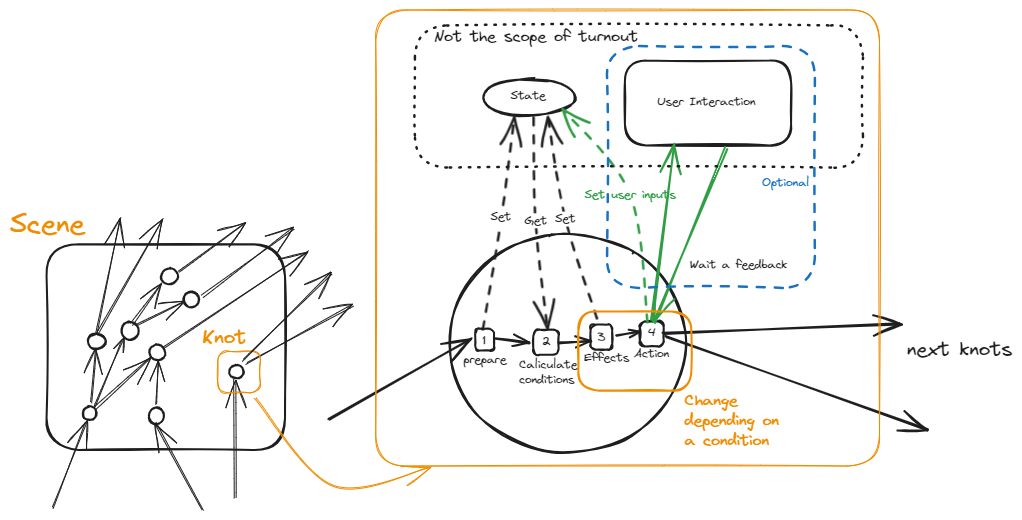
The Excalidraw diagram src/ARCHITECTURE/knot.excalidraw.png in kozmof/turnout, before a commit. Source tidied: one line per element, renumbered; positions are measured from the earlier drawing's top-left corner, leaving out a move shared by most shapes.
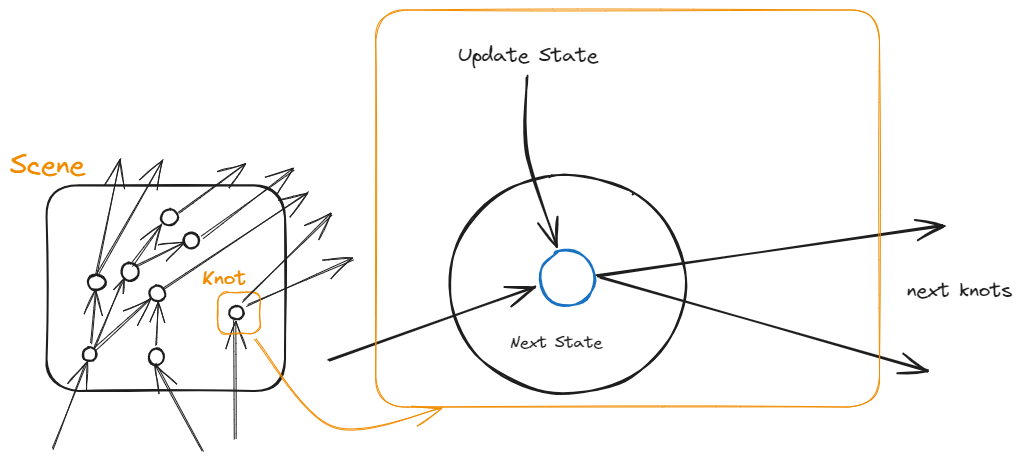
After the change.

What changed in the source:
```diff
@@ -22,50 +22,18 @@
 {"id": 21, "type": "arrow", "strokeColor": "#1e1e1e", "strokeWidth": 1, "roughness": 1, "endArrowhead": "arrow", "round": true, "from": 19, "to": 9, "x": 146, "y": 395, "width": 2, "height": 44, "points": [[0, 0], [2, -44]]}
 {"id": 22, "type": "ellipse", "strokeColor": "#1e1e1e", "strokeWidth": 2, "roughness": 1, "round": true, "x": 219, "y": 355, "width": 15, "height": 13}
 {"id": 23, "type": "arrow", "strokeColor": "#1e1e1e", "strokeWidth": 1, "roughness": 1, "endArrowhead": "arrow", "round": true, "to": 22, "x": 225, "y": 488, "width": 0, "height": 118, "points": [[0, 0], [0, -118]]}
-{"id": 24, "type": "arrow", "strokeColor": "#1e1e1e", "strokeWidth": 1, "roughness": 1, "endArrowhead": "arrow", "round": true, "from": 22, "to": 64, "x": 237, "y": 354, "width": 107, "height": 58, "points": [[0, 0], [107, -58]]}
+{"id": 24, "type": "arrow", "strokeColor": "#1e1e1e", "strokeWidth": 1, "roughness": 1, "endArrowhead": "arrow", "round": true, "from": 22, "to": 64, "x": 238, "y": 355, "width": 106, "height": 46, "points": [[0, 0], [106, -46]]}
 {"id": 25, "type": "ellipse", "strokeColor": "#1e1e1e", "strokeWidth": 2, "roughness": 1, "round": true, "x": 439, "y": 224, "width": 237, "height": 219}
-{"id": 26, "type": "arrow", "strokeColor": "#1e1e1e", "strokeWidth": 2, "roughness": 1, "endArrowhead": "arrow", "round": true, "to": 40, "x": 319, "y": 409, "width": 142, "height": 80, "points": [[0, 0], [142, -80]]}
+{"id": 26, "type": "arrow", "strokeColor": "#1e1e1e", "strokeWidth": 2, "roughness": 1, "endArrowhead": "arrow", "round": true, "to": 73, "x": 319, "y": 409, "width": 206, "height": 73, "points": [[0, 0], [206, -73]]}
-{"id": 27, "type": "rectangle", "strokeColor": "#1e1e1e", "strokeWidth": 2, "roughness": 1, "round": true, "x": 465, "y": 319, "width": 19, "height": 22}
-{"id": 28, "type": "ellipse", "strokeColor": "#1e1e1e", "strokeWidth": 2, "roughness": 1, "round": true, "x": 472, "y": 69, "width": 92, "height": 37}
-{"id": 29, "type": "text", "text": "State", "strokeColor": "#1e1e1e", "strokeWidth": 2, "roughness": 1, "fontSize": 11.92, "fontFamily": 1, "x": 500, "y": 79, "width": 35, "height": 15}
-{"id": 30, "type": "arrow", "strokeColor": "#1e1e1e", "strokeWidth": 2, "strokeStyle": "dashed", "roughness": 1, "endArrowhead": "arrow", "round": true, "from": 40, "to": 29, "x": 472, "y": 318, "width": 31, "height": 211, "points": [[0, 0], [18, -110], [31, -211]]}
-{"id": 31, "type": "text", "text": "Set", "strokeColor": "#1e1e1e", "strokeWidth": 2, "strokeStyle": "dashed", "roughness": 1, "fontSize": 11.92, "fontFamily": 1, "textAlign": "center", "verticalAlign": "middle", "inside": 30, "x": 776, "y": 352, "width": 21, "height": 15}
-{"id": 32, "type": "text", "text": "prepare", "strokeColor": "#1e1e1e", "strokeWidth": 2, "roughness": 1, "fontSize": 11.92, "fontFamily": 1, "x": 453, "y": 343, "width": 43, "height": 15}
-{"id": 33, "type": "arrow", "strokeColor": "#1e1e1e", "strokeWidth": 2, "roughness": 1, "endArrowhead": "arrow", "round": true, "from": 40, "to": 38, "x": 485, "y": 329, "width": 34, "height": 5, "points": [[0, 0], [34, 5]]}
-{"id": 34, "type": "text", "text": "Caliculate\nconditions", "strokeColor": "#1e1e1e", "strokeWidth": 2, "roughness": 1, "fontSize": 11.92, "fontFamily": 1, "x": 509, "y": 348, "width": 58, "height": 30}
-{"id": 35, "type": "arrow", "strokeColor": "#1e1e1e", "strokeWidth": 2, "strokeStyle": "dashed", "roughness": 1, "endArrowhead": "arrow", "round": true, "from": 29, "x": 524, "y": 108, "width": 15, "height": 213, "points": [[0, 0], [1, 103], [15, 213]]}
-{"id": 36, "type": "text", "text": "Get", "strokeColor": "#1e1e1e", "strokeWidth": 2, "strokeStyle": "dashed", "roughness": 1, "fontSize": 11.92, "fontFamily": 1, "textAlign": "center", "verticalAlign": "middle", "inside": 35, "x": 844, "y": 360, "width": 23, "height": 15}
-{"id": 37, "type": "arrow", "strokeColor": "#1e1e1e", "strokeWidth": 2, "roughness": 1, "endArrowhead": "arrow", "round": true, "from": 68, "to": 43, "x": 549, "y": 333, "width": 32, "height": 1, "points": [[0, 0], [32, -1]]}
-{"id": 38, "type": "rectangle", "strokeColor": "#1e1e1e", "strokeWidth": 2, "roughness": 1, "round": true, "x": 523, "y": 320, "width": 25, "height": 25}
-{"id": 39, "type": "text", "text": "2", "strokeColor": "#1e1e1e", "strokeWidth": 2, "roughness": 1, "fontSize": 11.92, "fontFamily": 1, "textAlign": "center", "verticalAlign": "middle", "inside": 38, "x": 532, "y": 325, "width": 8, "height": 15}
-{"id": 40, "type": "text", "text": "1", "strokeColor": "#1e1e1e", "strokeWidth": 2, "roughness": 1, "fontSize": 11.92, "fontFamily": 1, "x": 472, "y": 324, "width": 3, "height": 15}
-{"id": 41, "type": "rectangle", "strokeColor": "#1e1e1e", "strokeWidth": 2, "roughness": 1, "round": true, "x": 581, "y": 315, "width": 22, "height": 25}
-{"id": 42, "type": "text", "text": "3", "strokeColor": "#1e1e1e", "strokeWidth": 2, "strokeStyle": "dashed", "roughness": 1, "fontSize": 11.92, "fontFamily": 1, "textAlign": "center", "verticalAlign": "middle", "inside": 41, "x": 587, "y": 320, "width": 8, "height": 15}
-{"id": 43, "type": "text", "text": "Effects", "strokeColor": "#1e1e1e", "strokeWidth": 2, "roughness": 1, "fontSize": 11.92, "fontFamily": 1, "x": 574, "y": 341, "width": 45, "height": 15}
-{"id": 44, "type": "arrow", "strokeColor": "#1e1e1e", "strokeWidth": 2, "strokeStyle": "dashed", "roughness": 1, "endArrowhead": "arrow", "round": true, "from": 60, "to": 29, "x": 588, "y": 310, "width": 50, "height": 202, "points": [[0, 0], [-33, -101], [-50, -202]]}
-{"id": 45, "type": "text", "text": "Set", "strokeColor": "#1e1e1e", "strokeWidth": 2, "strokeStyle": "dashed", "roughness": 1, "fontSize": 11.92, "fontFamily": 1, "textAlign": "center", "verticalAlign": "middle", "inside": 44, "x": 898, "y": 342, "width": 21, "height": 15}
-{"id": 46, "type": "rectangle", "strokeColor": "#1e1e1e", "strokeWidth": 2, "roughness": 1, "round": true, "x": 615, "y": 51, "width": 166, "height": 85}
-{"id": 47, "type": "text", "text": "User Interaction", "strokeColor": "#1e1e1e", "strokeWidth": 2, "roughness": 1, "fontSize": 11.92, "fontFamily": 1, "x": 647, "y": 85, "width": 98, "height": 15}
-{"id": 48, "type": "rectangle", "strokeColor": "#1e1e1e", "strokeWidth": 2, "roughness": 1, "round": true, "x": 630, "y": 311, "width": 24, "height": 25}
-{"id": 49, "type": "text", "text": "4", "strokeColor": "#1e1e1e", "strokeWidth": 2, "roughness": 1, "fontSize": 11.92, "fontFamily": 1, "textAlign": "center", "verticalAlign": "middle", "inside": 48, "x": 638, "y": 316, "width": 8, "height": 15}
-{"id": 50, "type": "arrow", "strokeColor": "#1e1e1e", "strokeWidth": 2, "roughness": 1, "endArrowhead": "arrow", "round": true, "from": 43, "to": 51, "x": 607, "y": 326, "width": 22, "height": 4, "points": [[0, 0], [22, -4]]}
-{"id": 51, "type": "text", "text": "Action", "strokeColor": "#1e1e1e", "strokeWidth": 2, "roughness": 1, "fontSize": 11.92, "fontFamily": 1, "x": 624, "y": 337, "width": 35, "height": 15}
-{"id": 52, "type": "arrow", "strokeColor": "#1e1e1e", "strokeWidth": 2, "roughness": 1, "endArrowhead": "arrow", "round": true, "from": 51, "to": 54, "x": 654, "y": 324, "width": 236, "height": 10, "points": [[0, 0], [236, -10]]}
+{"id": 52, "type": "arrow", "strokeColor": "#1e1e1e", "strokeWidth": 2, "roughness": 1, "endArrowhead": "arrow", "round": true, "from": 73, "x": 588, "y": 326, "width": 345, "height": 51, "points": [[0, 0], [345, -51]]}
-{"id": 53, "type": "arrow", "strokeColor": "#1e1e1e", "strokeWidth": 2, "roughness": 1, "endArrowhead": "arrow", "round": true, "from": 51, "x": 656, "y": 328, "width": 261, "height": 92, "points": [[0, 0], [261, 92]]}
+{"id": 53, "type": "arrow", "strokeColor": "#1e1e1e", "strokeWidth": 2, "roughness": 1, "endArrowhead": "arrow", "round": true, "from": 73, "x": 590, "y": 327, "width": 327, "height": 93, "points": [[0, 0], [327, 93]]}
 {"id": 54, "type": "text", "text": "next knots", "strokeColor": "#1e1e1e", "strokeWidth": 2, "roughness": 1, "fontSize": 20, "fontFamily": 1, "x": 897, "y": 327, "width": 105, "height": 25}
-{"id": 55, "type": "arrow", "strokeColor": "#2f9e44", "strokeWidth": 2, "roughness": 1, "endArrowhead": "arrow", "round": true, "from": 48, "x": 642, "y": 311, "width": 21, "height": 176, "points": [[0, 0], [21, -176]]}
-{"id": 56, "type": "arrow", "strokeColor": "#2f9e44", "strokeWidth": 2, "roughness": 1, "endArrowhead": "arrow", "round": true, "from": 46, "x": 715, "y": 138, "width": 70, "height": 175, "points": [[0, 0], [-70, 175]]}
-{"id": 57, "type": "arrow", "strokeColor": "#2f9e44", "strokeWidth": 2, "strokeStyle": "dashed", "roughness": 1, "endArrowhead": "arrow", "round": true, "x": 637, "y": 314, "width": 85, "height": 215, "points": [[0, 0], [-17, -129], [-85, -215]]}
-{"id": 58, "type": "text", "text": "Set user inputs", "strokeColor": "#2f9e44", "strokeWidth": 2, "strokeStyle": "dashed", "roughness": 1, "fontSize": 11.92, "fontFamily": 1, "textAlign": "center", "verticalAlign": "middle", "inside": 57, "x": 934, "y": 327, "width": 91, "height": 15}
-{"id": 59, "type": "text", "text": "Wait a feedback", "strokeColor": "#1e1e1e", "strokeWidth": 2, "strokeStyle": "dashed", "roughness": 1, "fontSize": 11.92, "fontFamily": 1, "x": 680, "y": 248, "width": 97, "height": 15}
-{"id": 60, "type": "rectangle", "strokeColor": "#1971c2", "strokeWidth": 2, "strokeStyle": "dashed", "roughness": 1, "round": true, "x": 597, "y": 36, "width": 208, "height": 242}
-{"id": 61, "type": "text", "text": "Optional", "strokeColor": "#1971c2", "strokeWidth": 2, "strokeStyle": "dashed", "roughness": 1, "fontSize": 11.92, "fontFamily": 1, "x": 752, "y": 166, "width": 47, "height": 15}
 {"id": 62, "type": "rectangle", "strokeColor": "#f08c00", "strokeWidth": 1, "roughness": 1, "round": true, "x": 208, "y": 341, "width": 43, "height": 42}
-{"id": 63, "type": "arrow", "strokeColor": "#f08c00", "strokeWidth": 1, "roughness": 1, "endArrowhead": "arrow", "round": true, "from": 62, "to": 64, "x": 245, "y": 387, "width": 177, "height": 88, "points": [[0, 0], [78, 88], [177, 71]]}
+{"id": 63, "type": "arrow", "strokeColor": "#f08c00", "strokeWidth": 1, "roughness": 1, "endArrowhead": "arrow", "round": true, "from": 62, "to": 64, "x": 245, "y": 387, "width": 188, "height": 88, "points": [[0, 0], [78, 88], [188, 71]]}
-{"id": 64, "type": "rectangle", "strokeColor": "#f08c00", "strokeWidth": 1, "roughness": 1, "round": true, "x": 366, "y": 0, "width": 504, "height": 456}
+{"id": 64, "type": "rectangle", "strokeColor": "#f08c00", "strokeWidth": 1, "roughness": 1, "round": true, "x": 366, "y": 59, "width": 504, "height": 397}
 {"id": 65, "type": "arrow", "strokeColor": "#1e1e1e", "strokeWidth": 1, "roughness": 1, "endArrowhead": "arrow", "round": true, "from": 22, "x": 232, "y": 350, "width": 90, "height": 86, "points": [[0, 0], [90, -86]]}
-{"id": 66, "type": "rectangle", "strokeColor": "#1e1e1e", "strokeWidth": 2, "strokeStyle": "dotted", "roughness": 1, "round": true, "x": 405, "y": 15, "width": 448, "height": 142}
-{"id": 67, "type": "text", "text": "Not the scope of turnout", "strokeColor": "#1e1e1e", "strokeWidth": 2, "strokeStyle": "dotted", "roughness": 1, "fontSize": 16, "fontFamily": 1, "x": 424, "y": 17, "width": 204, "height": 20}
-{"id": 68, "type": "rectangle", "strokeColor": "#f08c00", "strokeWidth": 2, "roughness": 1, "round": true, "x": 568, "y": 302, "width": 113, "height": 79}
-{"id": 69, "type": "text", "text": "Change\ndepending on\na condition\n", "strokeColor": "#f08c00", "strokeWidth": 2, "roughness": 1, "fontSize": 16, "fontFamily": 1, "x": 674, "y": 381, "width": 94, "height": 80}
 {"id": 70, "type": "text", "text": "Knot", "strokeColor": "#f08c00", "strokeWidth": 2, "roughness": 1, "fontSize": 20, "fontFamily": 1, "x": 192, "y": 315, "width": 44, "height": 25}
+{"id": 71, "type": "arrow", "strokeColor": "#1e1e1e", "strokeWidth": 2, "roughness": 1, "endArrowhead": "arrow", "round": true, "from": 72, "to": 73, "x": 516, "y": 126, "width": 30, "height": 169, "points": [[0, 0], [0, 76], [30, 169]]}
+{"id": 72, "type": "text", "text": "Update State", "strokeColor": "#1e1e1e", "strokeWidth": 2, "roughness": 1, "fontSize": 20, "fontFamily": 1, "x": 448, "y": 92, "width": 140, "height": 25}
+{"id": 73, "type": "ellipse", "strokeColor": "#1971c2", "strokeWidth": 2, "roughness": 1, "round": true, "x": 530, "y": 299, "width": 55, "height": 57}
+{"id": 74, "type": "text", "text": "Next State", "strokeColor": "#1e1e1e", "strokeWidth": 2, "roughness": 1, "fontSize": 16.0, "fontFamily": 1, "x": 500, "y": 382, "width": 92, "height": 20}
```
